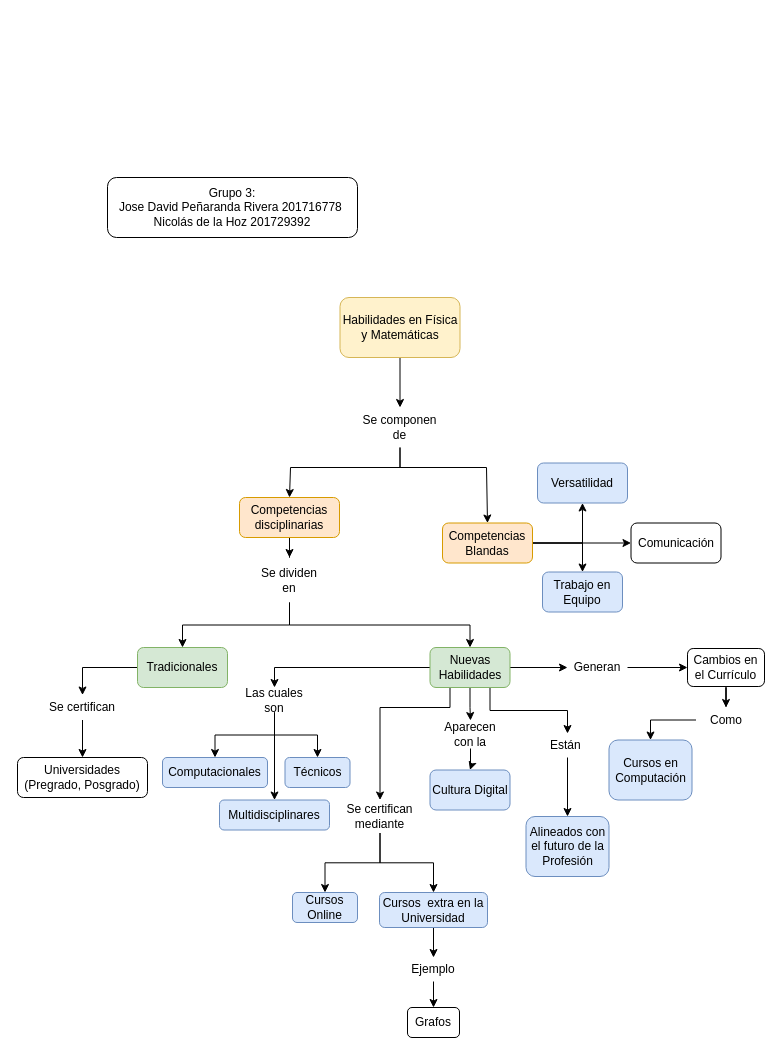
The draw.io diagram Untitled Diagram.drawio in Andrescqs/test, before the edit. Source tidied: cells renumbered, new cells numbered last; positions are measured from the earlier drawing's top-left corner, leaving out a move shared by most shapes. Both pictures are drawn from the tidied source at 100%, with x=0, y=0 at pixel (17, 177).
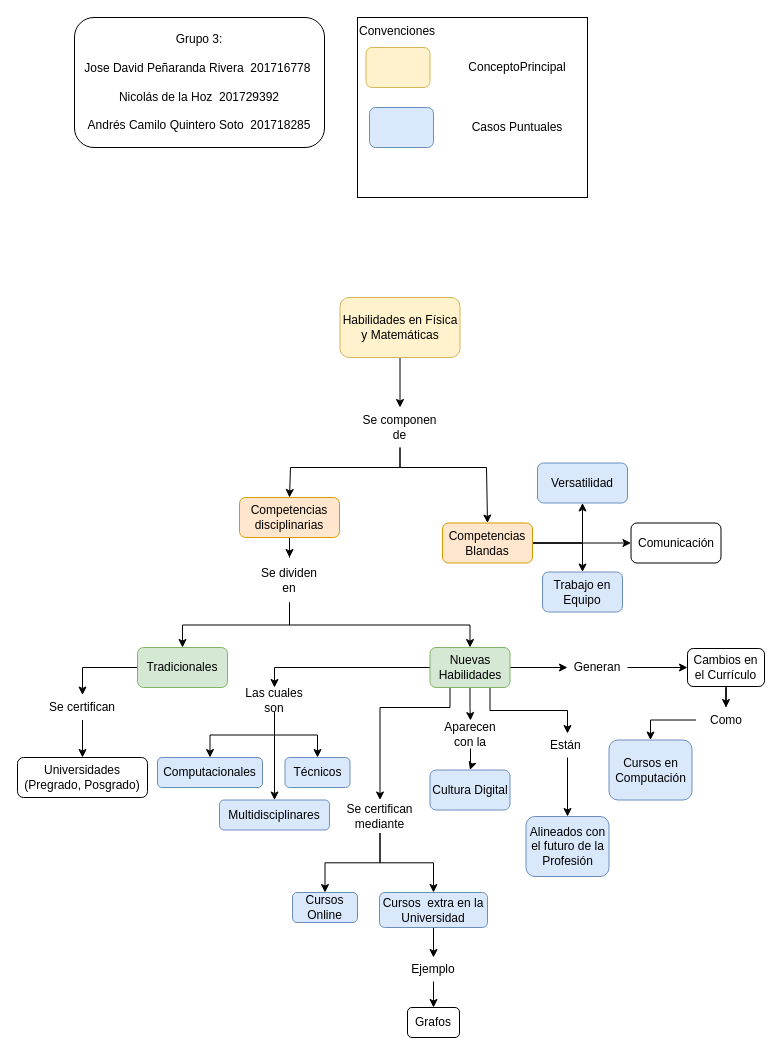
The same diagram, later.

The edit, as a diff of the source:
```diff
@@
     <mxCell id="21" value="Computacionales" style="rounded=1;whiteSpace=wrap;html=1;fillColor=#dae8fc;strokeColor=#6c8ebf;" parent="1" vertex="1">
-      <mxGeometry x="145" y="580" width="105" height="30" as="geometry" />
+      <mxGeometry x="140" y="580" width="105" height="30" as="geometry" />
     </mxCell>
@@
-    <mxCell id="59" value="Grupo 3:&lt;br&gt;Jose David Peñaranda Rivera 201716778&amp;nbsp;&lt;br&gt;Nicolás de la Hoz 201729392" style="rounded=1;whiteSpace=wrap;html=1;shadow=0;comic=0;" parent="1" vertex="1">
-      <mxGeometry x="90" width="250" height="60" as="geometry" />
+    <mxCell id="59" value="Grupo 3:&lt;br&gt;&lt;br&gt;Jose David Peñaranda Rivera &amp;nbsp;201716778&amp;nbsp;&lt;br&gt;&lt;br&gt;Nicolás de la Hoz &amp;nbsp;201729392&lt;br&gt;&lt;br&gt;Andrés Camilo Quintero Soto &amp;nbsp;201718285" style="rounded=1;whiteSpace=wrap;html=1;shadow=0;comic=0;" parent="1" vertex="1">
+      <mxGeometry x="57" y="-160" width="250" height="130" as="geometry" />
     </mxCell>
+    <mxCell id="60" value="Convenciones" style="rounded=0;whiteSpace=wrap;html=1;shadow=0;comic=0;align=left;verticalAlign=top;" parent="1" vertex="1">
+      <mxGeometry x="340" y="-160" width="230" height="180" as="geometry" />
+    </mxCell>
+    <mxCell id="61" style="rounded=1;whiteSpace=wrap;html=1;shadow=0;comic=0;fillColor=#fff2cc;strokeColor=#d6b656;" parent="1" vertex="1">
+      <mxGeometry x="348.5" y="-130" width="64" height="40" as="geometry" />
+    </mxCell>
+    <mxCell id="62" value="ConceptoPrincipal" style="text;html=1;strokeColor=none;fillColor=none;align=center;verticalAlign=middle;whiteSpace=wrap;rounded=0;shadow=0;comic=0;" parent="1" vertex="1">
+      <mxGeometry x="450" y="-120" width="100" height="20" as="geometry" />
+    </mxCell>
+    <mxCell id="63" style="rounded=1;whiteSpace=wrap;html=1;shadow=0;comic=0;fillColor=#dae8fc;strokeColor=#6c8ebf;" parent="1" vertex="1">
+      <mxGeometry x="352" y="-70" width="64" height="40" as="geometry" />
+    </mxCell>
+    <mxCell id="64" value="Casos Puntuales" style="text;html=1;strokeColor=none;fillColor=none;align=center;verticalAlign=middle;whiteSpace=wrap;rounded=0;shadow=0;comic=0;" parent="1" vertex="1">
+      <mxGeometry x="450" y="-60" width="100" height="20" as="geometry" />
+    </mxCell>
```
